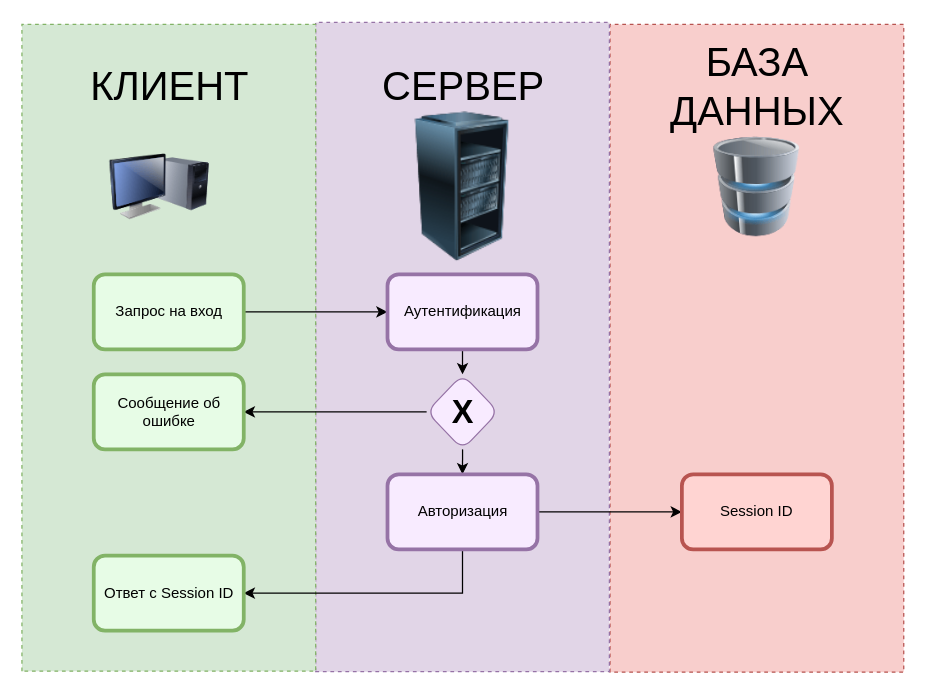
Above: page "авторизация" (14 of 14) of Диаграмки.drawio in Infoboros/bachelors-degree (draw.io), before the change. Source tidied: cells renumbered, new cells numbered last; positions are measured from the earlier drawing's top-left corner, leaving out a move shared by most shapes. Both pictures are drawn from the tidied source at 125%, with x=0, y=0 at pixel (-155, 36).
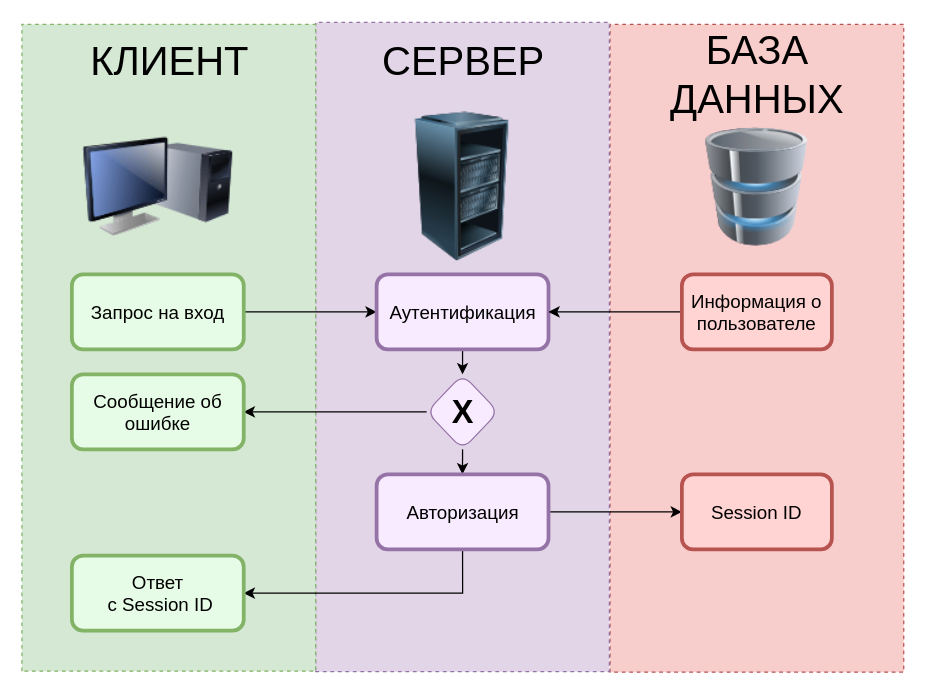
The same diagram, later.

Commit message:
[upd] auth image

What changed in the source:
```diff
@@
     <mxCell id="5" style="image;html=1;image=img/lib/clip_art/computers/Database_128x128.png;" parent="1" vertex="1">
-      <mxGeometry x="689" y="80" width="80" height="80" as="geometry" />
+      <mxGeometry x="681.5" y="72.5" width="95" height="95" as="geometry" />
     </mxCell>
@@
     <mxCell id="7" style="image;html=1;image=img/lib/clip_art/computers/Monitor_Tower_128x128.png;" parent="1" vertex="1">
-      <mxGeometry x="211" y="80" width="80" height="80" as="geometry" />
+      <mxGeometry x="189.8" y="60" width="120" height="120" as="geometry" />
     </mxCell>
     <mxCell id="8" value="КЛИЕНТ" style="text;html=1;align=center;verticalAlign=middle;strokeColor=none;fillColor=none;fontSize=32;" parent="1" vertex="1">
-      <mxGeometry x="183.5" y="20" width="150" height="40" as="geometry" />
+      <mxGeometry x="183.5" width="150" height="40" as="geometry" />
     </mxCell>
     <mxCell id="9" value="СЕРВЕР" style="text;html=1;align=center;verticalAlign=middle;strokeColor=none;fillColor=none;fontSize=32;" parent="1" vertex="1">
-      <mxGeometry x="418.5" y="20" width="150" height="40" as="geometry" />
+      <mxGeometry x="418.5" width="150" height="40" as="geometry" />
     </mxCell>
     <mxCell id="10" value="БАЗА &lt;br&gt;ДАННЫХ" style="text;html=1;align=center;verticalAlign=middle;strokeColor=none;fillColor=none;fontSize=32;" parent="1" vertex="1">
-      <mxGeometry x="649" width="160" height="80" as="geometry" />
+      <mxGeometry x="649" y="-10" width="160" height="80" as="geometry" />
     </mxCell>
@@
-    <mxCell id="12" value="Запрос на вход" style="rounded=1;whiteSpace=wrap;html=1;fillColor=#E7FCE6;strokeColor=#82b366;strokeWidth=3;gradientColor=none;gradientDirection=north;" parent="1" vertex="1">
-      <mxGeometry x="198.5" y="190" width="120" height="60" as="geometry" />
+    <mxCell id="12" value="&lt;font style=&quot;font-size: 15px&quot;&gt;Запрос на вход&lt;/font&gt;" style="rounded=1;whiteSpace=wrap;html=1;fillColor=#E7FCE6;strokeColor=#82b366;strokeWidth=3;gradientColor=none;gradientDirection=north;" parent="1" vertex="1">
+      <mxGeometry x="181" y="190" width="137.5" height="60" as="geometry" />
     </mxCell>
@@
-    <mxCell id="14" value="Аутентификация" style="rounded=1;whiteSpace=wrap;html=1;fillColor=#F8EBFF;strokeColor=#9673a6;strokeWidth=3;gradientDirection=north;" parent="1" vertex="1">
-      <mxGeometry x="433.5" y="190" width="120" height="60" as="geometry" />
+    <mxCell id="14" value="&lt;font style=&quot;font-size: 15px&quot;&gt;Аутентификация&lt;/font&gt;" style="rounded=1;whiteSpace=wrap;html=1;fillColor=#F8EBFF;strokeColor=#9673a6;strokeWidth=3;gradientDirection=north;" parent="1" vertex="1">
+      <mxGeometry x="424.8" y="190" width="137.5" height="60" as="geometry" />
     </mxCell>
@@
-    <mxCell id="18" value="Сообщение об ошибке" style="rounded=1;whiteSpace=wrap;html=1;fillColor=#E7FCE6;strokeColor=#82b366;strokeWidth=3;gradientColor=none;gradientDirection=north;" parent="1" vertex="1">
-      <mxGeometry x="198.5" y="270" width="120" height="60" as="geometry" />
+    <mxCell id="18" value="&lt;font style=&quot;font-size: 15px&quot;&gt;Сообщение об ошибке&lt;/font&gt;" style="rounded=1;whiteSpace=wrap;html=1;fillColor=#E7FCE6;strokeColor=#82b366;strokeWidth=3;gradientColor=none;gradientDirection=north;" parent="1" vertex="1">
+      <mxGeometry x="181" y="270" width="137.5" height="60" as="geometry" />
     </mxCell>
@@
-    <mxCell id="20" value="Session ID" style="rounded=1;whiteSpace=wrap;html=1;fillColor=#FFD4D2;strokeColor=#b85450;strokeWidth=3;gradientDirection=north;" parent="1" vertex="1">
+    <mxCell id="20" value="&lt;font style=&quot;font-size: 15px&quot;&gt;Session ID&lt;/font&gt;" style="rounded=1;whiteSpace=wrap;html=1;fillColor=#FFD4D2;strokeColor=#b85450;strokeWidth=3;gradientDirection=north;" parent="1" vertex="1">
       <mxGeometry x="669" y="350" width="120" height="60" as="geometry" />
     </mxCell>
@@
-    <mxCell id="22" value="Авторизация" style="rounded=1;whiteSpace=wrap;html=1;fillColor=#F8EBFF;strokeColor=#9673a6;strokeWidth=3;gradientDirection=north;" parent="1" vertex="1">
-      <mxGeometry x="433.5" y="350" width="120" height="60" as="geometry" />
+    <mxCell id="22" value="&lt;font style=&quot;font-size: 15px&quot;&gt;Авторизация&lt;/font&gt;" style="rounded=1;whiteSpace=wrap;html=1;fillColor=#F8EBFF;strokeColor=#9673a6;strokeWidth=3;gradientDirection=north;" parent="1" vertex="1">
+      <mxGeometry x="424.8" y="350" width="137.5" height="60" as="geometry" />
     </mxCell>
-    <mxCell id="23" value="Ответ с Session ID" style="rounded=1;whiteSpace=wrap;html=1;fillColor=#E7FCE6;strokeColor=#82b366;strokeWidth=3;gradientColor=none;gradientDirection=north;" parent="1" vertex="1">
-      <mxGeometry x="198.5" y="415" width="120" height="60" as="geometry" />
+    <mxCell id="23" value="&lt;font style=&quot;font-size: 15px&quot;&gt;Ответ&lt;br&gt;&amp;nbsp;с Session ID&lt;/font&gt;" style="rounded=1;whiteSpace=wrap;html=1;fillColor=#E7FCE6;strokeColor=#82b366;strokeWidth=3;gradientColor=none;gradientDirection=north;" parent="1" vertex="1">
+      <mxGeometry x="181" y="415" width="137.5" height="60" as="geometry" />
     </mxCell>
+    <mxCell id="24" style="edgeStyle=orthogonalEdgeStyle;rounded=0;jettySize=auto;html=1;exitX=0;exitY=0.5;exitDx=0;exitDy=0;entryX=1;entryY=0.5;entryDx=0;entryDy=0;fontSize=15;" parent="1" edge="1" source="25" target="14">
+      <mxGeometry relative="1" as="geometry" />
+    </mxCell>
+    <mxCell id="25" value="&lt;span style=&quot;font-size: 15px&quot;&gt;Информация о пользователе&lt;/span&gt;" style="rounded=1;whiteSpace=wrap;html=1;fillColor=#FFD4D2;strokeColor=#b85450;strokeWidth=3;gradientDirection=north;" parent="1" vertex="1">
+      <mxGeometry x="669" y="190" width="120" height="60" as="geometry" />
+    </mxCell>
```
